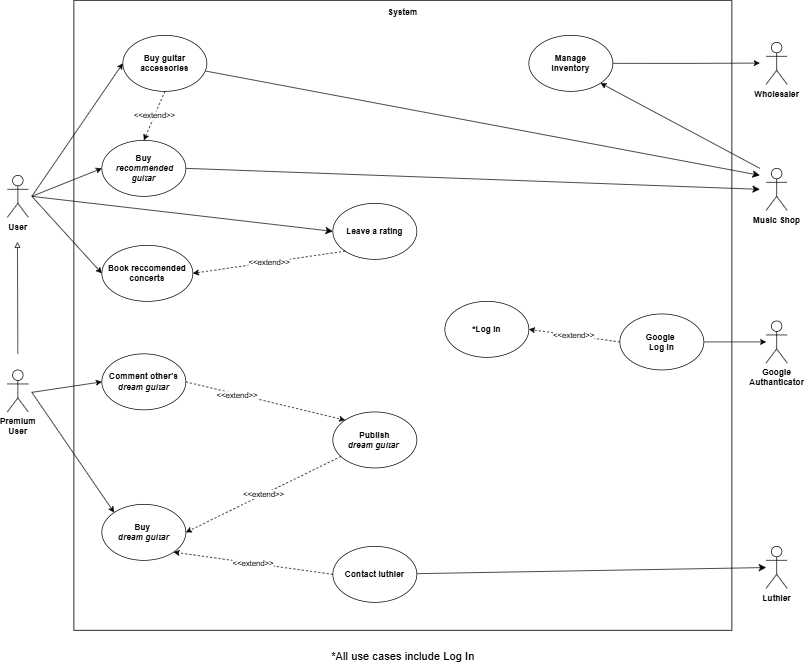
This is diagrams/UseCaseDiagram.drawio .png from TizianoLilli/ISPW-Project, a draw.io export, as it was before one commit. Source tidied: cells renumbered, new cells last; positions are measured from the earlier drawing's top-left corner, leaving out a move shared by most shapes.
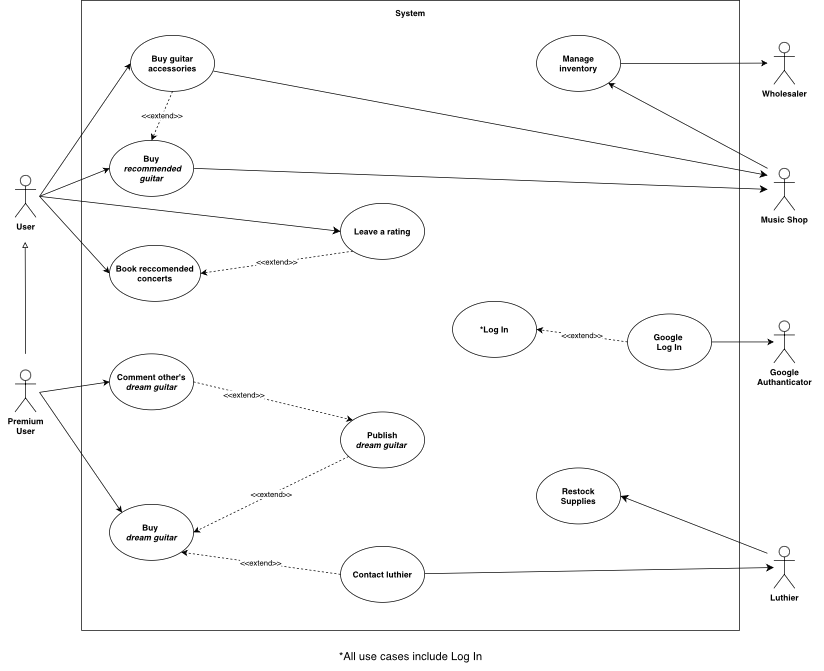
After the change.

The edit, as a diff of the source:
```diff
@@ -142,5 +142,13 @@
     <mxCell id="40" value="&lt;b&gt;Wholesaler&lt;/b&gt;" style="shape=umlActor;verticalLabelPosition=bottom;verticalAlign=top;html=1;" parent="1" vertex="1">
       <mxGeometry x="1084" y="60" width="30" height="60" as="geometry" />
     </mxCell>
+    <mxCell id="41" value="&lt;b&gt;Restock&lt;/b&gt;&lt;div&gt;&lt;b&gt;Supplies&lt;/b&gt;&lt;/div&gt;" style="ellipse;whiteSpace=wrap;html=1;" parent="1" vertex="1">
+      <mxGeometry x="745" y="668" width="120" height="80" as="geometry" />
+    </mxCell>
+    <mxCell id="42" style="edgeStyle=none;curved=1;rounded=0;jettySize=auto;html=1;fontSize=12;startSize=8;endSize=8;entryX=1;entryY=0.5;entryDx=0;entryDy=0;" parent="1" edge="1" target="41">
+      <mxGeometry relative="1" as="geometry">
+        <mxPoint x="1075" y="790" as="sourcePoint" />
+      </mxGeometry>
+    </mxCell>
   </root>
 </mxGraphModel>
```
